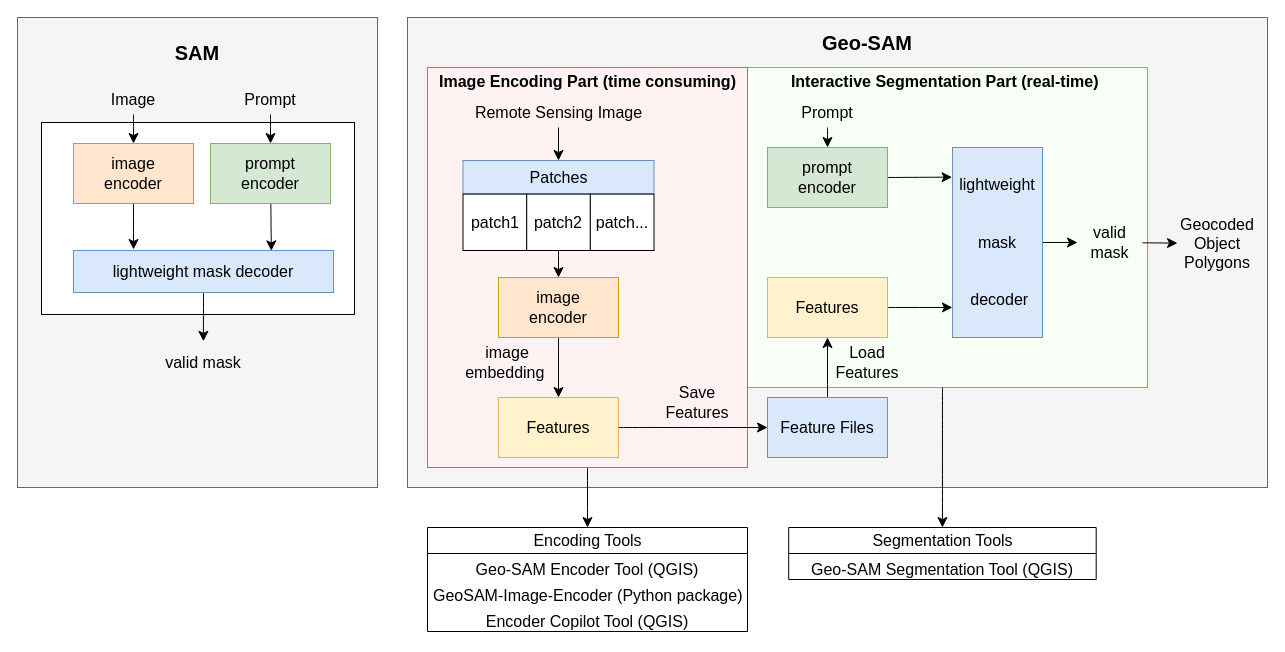
This is docs/source/img/Geo_SAM.drawio from coolzhao/Geo-SAM, a draw.io file, before an edit. Source tidied: cells renumbered, new cells numbered last; positions are measured from the earlier drawing's top-left corner, leaving out a move shared by most shapes. Both pictures are drawn from the tidied source at 100%, with x=0, y=0 at pixel (17, 17).
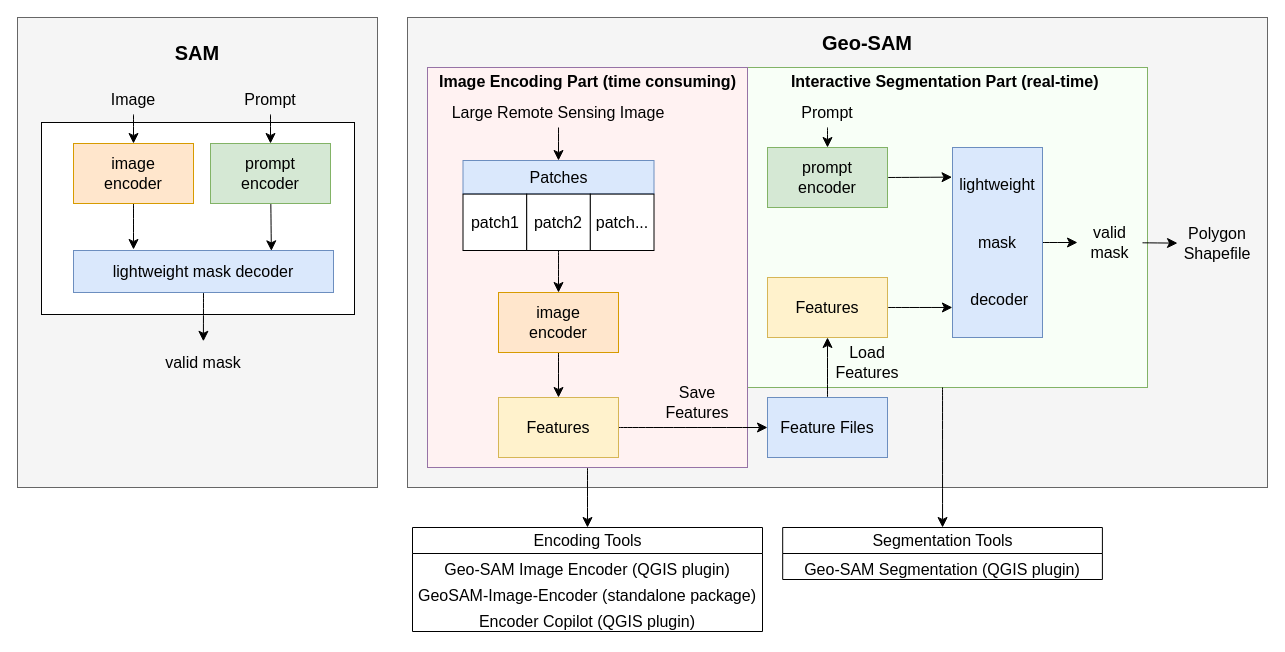
Above is the later version.

What changed in the source:
```diff
@@
     <mxCell id="21" value="image&lt;br&gt;encoder" style="rounded=0;whiteSpace=wrap;html=1;fontSize=16;fillColor=#ffe6cc;strokeColor=#d79b00;" parent="1" vertex="1">
-      <mxGeometry x="481" y="260" width="120" height="60" as="geometry" />
+      <mxGeometry x="481" y="275" width="120" height="60" as="geometry" />
     </mxCell>
@@
-    <mxCell id="23" value="Remote Sensing Image" style="text;html=1;strokeColor=none;fillColor=none;align=center;verticalAlign=middle;whiteSpace=wrap;rounded=0;fontSize=16;" parent="1" vertex="1">
-      <mxGeometry x="446.5" y="80" width="189" height="30" as="geometry" />
+    <mxCell id="23" value="Large Remote Sensing Image" style="text;html=1;strokeColor=none;fillColor=none;align=center;verticalAlign=middle;whiteSpace=wrap;rounded=0;fontSize=16;" parent="1" vertex="1">
+      <mxGeometry x="424.3" y="80" width="233.5" height="30" as="geometry" />
     </mxCell>
@@
-    <mxCell id="36" value="image embedding&amp;nbsp;" style="text;html=1;strokeColor=none;fillColor=none;align=center;verticalAlign=middle;whiteSpace=wrap;rounded=0;fontSize=16;" parent="1" vertex="1">
-      <mxGeometry x="460" y="330" width="60" height="30" as="geometry" />
-    </mxCell>
@@
     <mxCell id="47" value="Encoding Tools" style="swimlane;fontStyle=0;horizontal=1;startSize=26;fillColor=none;html=1;fontSize=16;" parent="1" vertex="1">
-      <mxGeometry x="410" y="510" width="320" height="104" as="geometry" />
+      <mxGeometry x="395" y="510" width="350" height="104" as="geometry" />
     </mxCell>
-    <mxCell id="48" value="Geo-SAM Encoder Tool (QGIS)" style="text;strokeColor=none;fillColor=none;align=center;verticalAlign=top;spacingLeft=4;spacingRight=4;overflow=hidden;whiteSpace=wrap;html=1;fontSize=16;" parent="47" vertex="1">
-      <mxGeometry y="26" width="320" height="26" as="geometry" />
+    <mxCell id="48" value="Geo-SAM Image Encoder (QGIS plugin)" style="text;strokeColor=none;fillColor=none;align=center;verticalAlign=top;spacingLeft=4;spacingRight=4;overflow=hidden;whiteSpace=wrap;html=1;fontSize=16;" parent="47" vertex="1">
+      <mxGeometry y="26" width="350" height="26" as="geometry" />
     </mxCell>
-    <mxCell id="49" value="GeoSAM-Image-Encoder (Python package)" style="text;strokeColor=none;fillColor=none;align=left;verticalAlign=top;spacingLeft=4;spacingRight=4;overflow=hidden;whiteSpace=wrap;html=1;fontSize=16;" parent="47" vertex="1">
-      <mxGeometry y="52" width="320" height="26" as="geometry" />
+    <mxCell id="49" value="GeoSAM-Image-Encoder (standalone package)" style="text;strokeColor=none;fillColor=none;align=left;verticalAlign=top;spacingLeft=4;spacingRight=4;overflow=hidden;whiteSpace=wrap;html=1;fontSize=16;" parent="47" vertex="1">
+      <mxGeometry y="52" width="350" height="26" as="geometry" />
     </mxCell>
-    <mxCell id="50" value="Encoder Copilot Tool (QGIS)" style="text;strokeColor=none;fillColor=none;align=center;verticalAlign=top;spacingLeft=4;spacingRight=4;overflow=hidden;whiteSpace=wrap;html=1;fontSize=16;" parent="47" vertex="1">
-      <mxGeometry y="78" width="320" height="26" as="geometry" />
+    <mxCell id="50" value="Encoder Copilot (QGIS plugin)" style="text;strokeColor=none;fillColor=none;align=center;verticalAlign=top;spacingLeft=4;spacingRight=4;overflow=hidden;whiteSpace=wrap;html=1;fontSize=16;" parent="47" vertex="1">
+      <mxGeometry y="78" width="350" height="26" as="geometry" />
     </mxCell>
     <mxCell id="51" value="Segmentation Tools" style="swimlane;fontStyle=0;horizontal=1;startSize=26;fillColor=none;html=1;fontSize=16;" parent="1" vertex="1">
-      <mxGeometry x="771.2" y="510" width="307.5" height="52" as="geometry" />
+      <mxGeometry x="765.2" y="510" width="319.7" height="52" as="geometry" />
     </mxCell>
-    <mxCell id="52" value="Geo-SAM Segmentation Tool (QGIS)" style="text;strokeColor=none;fillColor=none;align=center;verticalAlign=top;spacingLeft=4;spacingRight=4;overflow=hidden;whiteSpace=wrap;html=1;fontSize=16;" parent="51" vertex="1">
-      <mxGeometry y="26" width="307.5" height="26" as="geometry" />
+    <mxCell id="52" value="Geo-SAM Segmentation (QGIS plugin)" style="text;strokeColor=none;fillColor=none;align=center;verticalAlign=top;spacingLeft=4;spacingRight=4;overflow=hidden;whiteSpace=wrap;html=1;fontSize=16;" parent="51" vertex="1">
+      <mxGeometry y="26" width="319.7" height="26" as="geometry" />
     </mxCell>
@@
-    <mxCell id="55" value="Geocoded&lt;br&gt;Object&lt;br&gt;Polygons" style="text;html=1;strokeColor=none;fillColor=none;align=center;verticalAlign=middle;whiteSpace=wrap;rounded=0;fontSize=16;" parent="1" vertex="1">
+    <mxCell id="55" value="Polygon&lt;br&gt;Shapefile" style="text;html=1;strokeColor=none;fillColor=none;align=center;verticalAlign=middle;whiteSpace=wrap;rounded=0;fontSize=16;" parent="1" vertex="1">
       <mxGeometry x="1160" y="186" width="80" height="80" as="geometry" />
     </mxCell>
```
